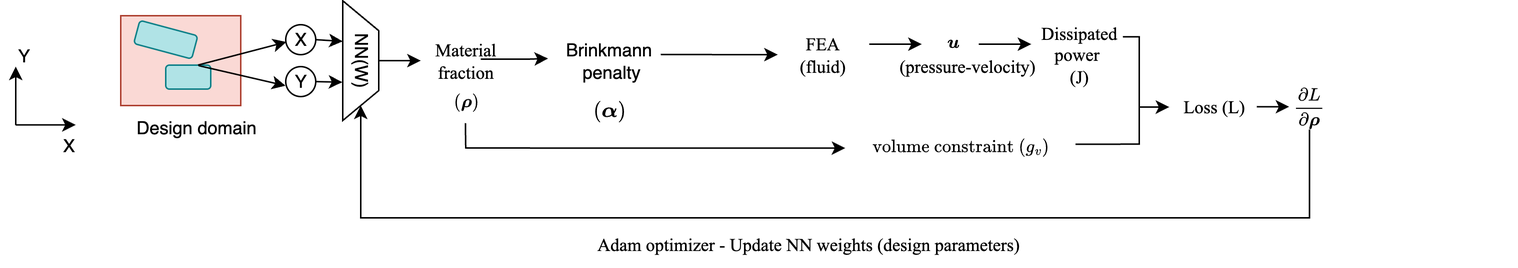
UW-ERSL/TOFLUX keeps this draw.io diagram as toflux/figures/flowchart_tounn.png. Above is the earlier version. Source tidied: cells renumbered, new cells last; positions are measured from the earlier drawing's top-left corner, leaving out a move shared by most shapes.
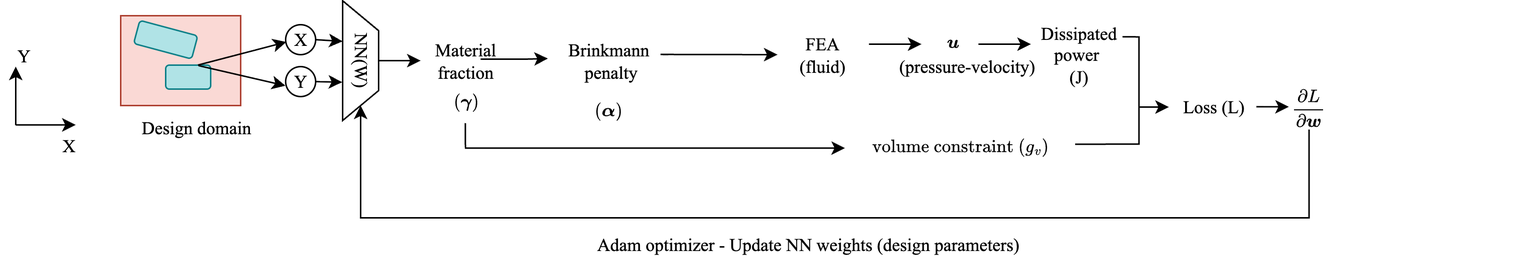
The same file after the commit.

What changed in the source:
```diff
@@ -2,8 +2,11 @@
   <root>
     <mxCell id="0" />
     <mxCell id="1" parent="0" />
+    <mxCell id="43" style="group;fontFamily=Times New Roman;" parent="1" vertex="1">
+      <mxGeometry y="-5" width="1011" height="178" as="geometry" />
+    </mxCell>
-    <mxCell id="2" style="group;fontFamily=Times New Roman;" parent="1" vertex="1">
-      <mxGeometry x="468" width="543" height="156" as="geometry" />
+    <mxCell id="2" style="group;fontFamily=Times New Roman;" parent="43" vertex="1">
+      <mxGeometry x="468" y="5" width="543" height="156" as="geometry" />
     </mxCell>
     <mxCell id="3" value="FEA&lt;div&gt;(fluid)&lt;/div&gt;" style="text;html=1;strokeColor=none;fillColor=none;align=center;verticalAlign=middle;whiteSpace=wrap;rounded=0;fontFamily=Times New Roman;" parent="2" vertex="1">
       <mxGeometry x="50" y="16" width="60" height="30" as="geometry" />
@@ -11,7 +14,7 @@
     <mxCell id="4" value="Dissipated power&amp;nbsp;&lt;div&gt;(J)&lt;/div&gt;" style="text;html=1;strokeColor=none;fillColor=none;align=center;verticalAlign=middle;whiteSpace=wrap;rounded=0;fontFamily=Times New Roman;" parent="2" vertex="1">
       <mxGeometry x="221" y="16" width="60" height="30" as="geometry" />
     </mxCell>
-    <mxCell id="5" value="$$\frac{\partial L}{\partial \boldsymbol{\rho}}$$" style="text;html=1;strokeColor=none;fillColor=none;align=center;verticalAlign=middle;whiteSpace=wrap;rounded=0;fontFamily=Times New Roman;" parent="2" vertex="1">
+    <mxCell id="5" value="$$\frac{\partial L}{\partial \boldsymbol{w}}$$" style="text;html=1;strokeColor=none;fillColor=none;align=center;verticalAlign=middle;whiteSpace=wrap;rounded=0;fontFamily=Times New Roman;" parent="2" vertex="1">
       <mxGeometry x="373" y="51" width="63" height="30" as="geometry" />
     </mxCell>
     <mxCell id="6" value="&amp;nbsp;$$\text{volume constraint&lt;br&gt;}(g_v)$$" style="text;html=1;strokeColor=none;fillColor=none;align=center;verticalAlign=middle;whiteSpace=wrap;rounded=0;fontFamily=Times New Roman;" parent="2" vertex="1">
@@ -39,101 +42,101 @@
         </Array>
       </mxGeometry>
     </mxCell>
-    <mxCell id="11" value="$$ \boldsymbol{u} $$&lt;div&gt;&lt;br&gt;&lt;/div&gt;" style="text;html=1;align=center;verticalAlign=middle;strokeColor=none;fillColor=none;fontFamily=Times New Roman;" parent="1" vertex="1">
-      <mxGeometry x="570" y="9" width="130" height="40" as="geometry" />
+    <mxCell id="11" value="$$ \boldsymbol{u} $$&lt;div&gt;&lt;br&gt;&lt;/div&gt;" style="text;html=1;align=center;verticalAlign=middle;strokeColor=none;fillColor=none;fontFamily=Times New Roman;" parent="43" vertex="1">
+      <mxGeometry x="570" y="14" width="130" height="40" as="geometry" />
     </mxCell>
-    <mxCell id="12" value="Material fraction" style="text;html=1;strokeColor=none;fillColor=none;align=center;verticalAlign=middle;whiteSpace=wrap;rounded=0;fontFamily=Times New Roman;" parent="1" vertex="1">
-      <mxGeometry x="280" y="20" width="60" height="30" as="geometry" />
+    <mxCell id="12" value="Material fraction" style="text;html=1;strokeColor=none;fillColor=none;align=center;verticalAlign=middle;whiteSpace=wrap;rounded=0;fontFamily=Times New Roman;" parent="43" vertex="1">
+      <mxGeometry x="280" y="25" width="60" height="30" as="geometry" />
     </mxCell>
-    <mxCell id="13" style="edgeStyle=orthogonalEdgeStyle;rounded=0;jettySize=auto;html=1;entryX=0;entryY=0.5;entryDx=0;entryDy=0;fontFamily=Times New Roman;exitX=1.001;exitY=0.398;exitDx=0;exitDy=0;exitPerimeter=0;" parent="1" edge="1" source="35" target="3">
+    <mxCell id="13" style="edgeStyle=orthogonalEdgeStyle;rounded=0;jettySize=auto;html=1;entryX=0;entryY=0.5;entryDx=0;entryDy=0;fontFamily=Times New Roman;exitX=1.001;exitY=0.398;exitDx=0;exitDy=0;exitPerimeter=0;" parent="43" edge="1" source="35" target="3">
       <mxGeometry relative="1" as="geometry">
         <Array as="points">
-          <mxPoint x="440" y="31" />
+          <mxPoint x="440" y="36" />
         </Array>
       </mxGeometry>
     </mxCell>
-    <mxCell id="14" style="edgeStyle=orthogonalEdgeStyle;rounded=0;jettySize=auto;html=1;entryX=0;entryY=0.75;entryDx=0;entryDy=0;fontFamily=Times New Roman;exitX=0.499;exitY=0.992;exitDx=0;exitDy=0;exitPerimeter=0;" parent="1" edge="1" source="20">
+    <mxCell id="14" style="edgeStyle=orthogonalEdgeStyle;rounded=0;jettySize=auto;html=1;entryX=0;entryY=0.75;entryDx=0;entryDy=0;fontFamily=Times New Roman;exitX=0.499;exitY=0.992;exitDx=0;exitDy=0;exitPerimeter=0;" parent="43" edge="1" source="20">
       <mxGeometry relative="1" as="geometry">
-        <mxPoint x="563" y="93.4" as="targetPoint" />
+        <mxPoint x="563" y="98.4" as="targetPoint" />
         <Array as="points">
-          <mxPoint x="310" y="90" />
-          <mxPoint x="310" y="90" />
-          <mxPoint x="310" y="93" />
+          <mxPoint x="310" y="95" />
+          <mxPoint x="310" y="95" />
+          <mxPoint x="310" y="98" />
         </Array>
       </mxGeometry>
     </mxCell>
-    <mxCell id="15" value="(pressure-velocity)" style="text;html=1;align=center;verticalAlign=middle;strokeColor=none;fillColor=none;fontFamily=Times New Roman;" parent="1" vertex="1">
-      <mxGeometry x="589" y="24" width="110" height="30" as="geometry" />
+    <mxCell id="15" value="(pressure-velocity)" style="text;html=1;align=center;verticalAlign=middle;strokeColor=none;fillColor=none;fontFamily=Times New Roman;" parent="43" vertex="1">
+      <mxGeometry x="589" y="29" width="110" height="30" as="geometry" />
     </mxCell>
-    <mxCell id="16" style="edgeStyle=orthogonalEdgeStyle;rounded=0;orthogonalLoop=1;jettySize=auto;html=1;fontFamily=Times New Roman;" parent="1" edge="1">
+    <mxCell id="16" style="edgeStyle=orthogonalEdgeStyle;rounded=0;orthogonalLoop=1;jettySize=auto;html=1;fontFamily=Times New Roman;" parent="43" edge="1">
       <mxGeometry relative="1" as="geometry">
-        <mxPoint x="579" y="24" as="sourcePoint" />
-        <mxPoint x="614" y="24" as="targetPoint" />
+        <mxPoint x="579" y="29" as="sourcePoint" />
+        <mxPoint x="614" y="29" as="targetPoint" />
       </mxGeometry>
     </mxCell>
-    <mxCell id="17" style="edgeStyle=orthogonalEdgeStyle;rounded=0;orthogonalLoop=1;jettySize=auto;html=1;fontFamily=Times New Roman;" parent="1" edge="1">
+    <mxCell id="17" style="edgeStyle=orthogonalEdgeStyle;rounded=0;orthogonalLoop=1;jettySize=auto;html=1;fontFamily=Times New Roman;" parent="43" edge="1">
       <mxGeometry relative="1" as="geometry">
-        <mxPoint x="652" y="24" as="sourcePoint" />
-        <mxPoint x="687" y="24" as="targetPoint" />
+        <mxPoint x="652" y="29" as="sourcePoint" />
+        <mxPoint x="687" y="29" as="targetPoint" />
       </mxGeometry>
     </mxCell>
-    <mxCell id="18" value="Adam optimizer - Update NN weights (design parameters)" style="text;html=1;align=center;verticalAlign=middle;strokeColor=none;fillColor=none;fontFamily=Times New Roman;" parent="1" vertex="1">
-      <mxGeometry x="388" y="143" width="300" height="30" as="geometry" />
+    <mxCell id="18" value="Adam optimizer - Update NN weights (design parameters)" style="text;html=1;align=center;verticalAlign=middle;strokeColor=none;fillColor=none;fontFamily=Times New Roman;" parent="43" vertex="1">
+      <mxGeometry x="383" y="148" width="310" height="30" as="geometry" />
     </mxCell>
-    <mxCell id="19" style="edgeStyle=orthogonalEdgeStyle;rounded=0;jettySize=auto;html=1;exitX=0.5;exitY=1;exitDx=0;exitDy=0;fontFamily=Times New Roman;entryX=1;entryY=0.5;entryDx=0;entryDy=0;" parent="1" edge="1" source="5" target="29">
+    <mxCell id="19" style="edgeStyle=orthogonalEdgeStyle;rounded=0;jettySize=auto;html=1;exitX=0.5;exitY=1;exitDx=0;exitDy=0;fontFamily=Times New Roman;entryX=1;entryY=0.5;entryDx=0;entryDy=0;" parent="43" edge="1" source="5" target="29">
       <mxGeometry relative="1" as="geometry">
         <Array as="points">
-          <mxPoint x="873" y="140" />
-          <mxPoint x="240" y="140" />
+          <mxPoint x="873" y="145" />
+          <mxPoint x="240" y="145" />
         </Array>
       </mxGeometry>
     </mxCell>
-    <mxCell id="20" value="$$(\boldsymbol{\rho})$$" style="text;html=1;align=center;verticalAlign=middle;points=[];strokeColor=none;fillColor=none;fontFamily=Times New Roman;" parent="1" vertex="1">
-      <mxGeometry x="235" y="47" width="150" height="30" as="geometry" />
+    <mxCell id="20" value="$$(\boldsymbol{\gamma})$$" style="text;html=1;align=center;verticalAlign=middle;points=[];strokeColor=none;fillColor=none;fontFamily=Times New Roman;" parent="43" vertex="1">
+      <mxGeometry x="225" y="52" width="170" height="30" as="geometry" />
     </mxCell>
-    <mxCell id="21" style="group;" parent="1" vertex="1">
-      <mxGeometry x="80" y="5" width="80" height="60" as="geometry" />
+    <mxCell id="21" style="group;fontFamily=Times New Roman;" parent="43" vertex="1">
+      <mxGeometry x="80" y="10" width="80" height="60" as="geometry" />
     </mxCell>
-    <mxCell id="22" style="whiteSpace=wrap;html=1;fillColor=#fad9d5;strokeColor=#ae4132;" parent="21" vertex="1">
+    <mxCell id="22" style="whiteSpace=wrap;html=1;fillColor=#fad9d5;strokeColor=#ae4132;fontFamily=Times New Roman;" parent="21" vertex="1">
       <mxGeometry width="80" height="60" as="geometry" />
     </mxCell>
-    <mxCell id="23" style="rounded=1;whiteSpace=wrap;html=1;fillColor=#b0e3e6;strokeColor=#0e8088;rotation=15;" parent="21" vertex="1">
+    <mxCell id="23" style="rounded=1;whiteSpace=wrap;html=1;fillColor=#b0e3e6;strokeColor=#0e8088;rotation=15;fontFamily=Times New Roman;" parent="21" vertex="1">
       <mxGeometry x="10" y="8" width="40" height="16" as="geometry" />
     </mxCell>
-    <mxCell id="24" style="rounded=1;whiteSpace=wrap;html=1;fillColor=#b0e3e6;strokeColor=#0e8088;" parent="21" vertex="1">
+    <mxCell id="24" style="rounded=1;whiteSpace=wrap;html=1;fillColor=#b0e3e6;strokeColor=#0e8088;fontFamily=Times New Roman;" parent="21" vertex="1">
       <mxGeometry x="30" y="33" width="30" height="16" as="geometry" />
     </mxCell>
-    <mxCell id="25" value="X" style="ellipse;whiteSpace=wrap;html=1;" parent="1" vertex="1">
-      <mxGeometry x="190" y="11" width="20" height="20" as="geometry" />
+    <mxCell id="25" value="X" style="ellipse;whiteSpace=wrap;html=1;fontFamily=Times New Roman;" parent="43" vertex="1">
+      <mxGeometry x="190" y="16" width="20" height="20" as="geometry" />
     </mxCell>
-    <mxCell id="26" value="Y" style="ellipse;whiteSpace=wrap;html=1;" parent="1" vertex="1">
-      <mxGeometry x="190" y="39" width="20" height="20" as="geometry" />
+    <mxCell id="26" value="Y" style="ellipse;whiteSpace=wrap;html=1;fontFamily=Times New Roman;" parent="43" vertex="1">
+      <mxGeometry x="190" y="44" width="20" height="20" as="geometry" />
     </mxCell>
-    <mxCell id="27" style="endArrow=classic;html=1;rounded=0;exitX=0.718;exitY=-0.004;exitDx=0;exitDy=0;exitPerimeter=0;entryX=0.023;entryY=0.577;entryDx=0;entryDy=0;entryPerimeter=0;" parent="1" edge="1" source="24" target="25">
+    <mxCell id="27" style="endArrow=classic;html=1;rounded=0;exitX=0.718;exitY=-0.004;exitDx=0;exitDy=0;exitPerimeter=0;entryX=0.023;entryY=0.577;entryDx=0;entryDy=0;entryPerimeter=0;fontFamily=Times New Roman;" parent="43" edge="1" source="24" target="25">
       <mxGeometry relative="1" as="geometry" />
     </mxCell>
-    <mxCell id="28" style="endArrow=classic;html=1;rounded=0;exitX=0.731;exitY=0.021;exitDx=0;exitDy=0;exitPerimeter=0;entryX=-0.007;entryY=0.637;entryDx=0;entryDy=0;entryPerimeter=0;" parent="1" edge="1" source="24" target="26">
+    <mxCell id="28" style="endArrow=classic;html=1;rounded=0;exitX=0.731;exitY=0.021;exitDx=0;exitDy=0;exitPerimeter=0;entryX=-0.007;entryY=0.637;entryDx=0;entryDy=0;entryPerimeter=0;fontFamily=Times New Roman;" parent="43" edge="1" source="24" target="26">
       <mxGeometry relative="1" as="geometry" />
     </mxCell>
-    <mxCell id="29" value="NN(W)" style="shape=trapezoid;perimeter=trapezoidPerimeter;whiteSpace=wrap;html=1;fixedSize=1;rotation=90;" parent="1" vertex="1">
-      <mxGeometry x="200" y="23" width="80" height="24" as="geometry" />
+    <mxCell id="29" value="NN(W)" style="shape=trapezoid;perimeter=trapezoidPerimeter;whiteSpace=wrap;html=1;fixedSize=1;rotation=90;fontFamily=Times New Roman;" parent="43" vertex="1">
+      <mxGeometry x="200" y="28" width="80" height="24" as="geometry" />
     </mxCell>
-    <mxCell id="30" style="endArrow=classic;html=1;rounded=0;exitX=1;exitY=0.5;exitDx=0;exitDy=0;entryX=0.339;entryY=1.002;entryDx=0;entryDy=0;entryPerimeter=0;" parent="1" edge="1" source="25" target="29">
+    <mxCell id="30" style="endArrow=classic;html=1;rounded=0;exitX=1;exitY=0.5;exitDx=0;exitDy=0;entryX=0.339;entryY=1.002;entryDx=0;entryDy=0;entryPerimeter=0;fontFamily=Times New Roman;" parent="43" edge="1" source="25" target="29">
       <mxGeometry relative="1" as="geometry" />
     </mxCell>
-    <mxCell id="31" style="endArrow=classic;html=1;rounded=0;exitX=1;exitY=0.5;exitDx=0;exitDy=0;entryX=0.68;entryY=1.013;entryDx=0;entryDy=0;entryPerimeter=0;" parent="1" edge="1" source="26" target="29">
+    <mxCell id="31" style="endArrow=classic;html=1;rounded=0;exitX=1;exitY=0.5;exitDx=0;exitDy=0;entryX=0.68;entryY=1.013;entryDx=0;entryDy=0;entryPerimeter=0;fontFamily=Times New Roman;" parent="43" edge="1" source="26" target="29">
       <mxGeometry relative="1" as="geometry" />
     </mxCell>
-    <mxCell id="32" style="endArrow=classic;html=1;rounded=0;exitX=0.5;exitY=0;exitDx=0;exitDy=0;entryX=0;entryY=0.5;entryDx=0;entryDy=0;" parent="1" edge="1" source="29" target="12">
+    <mxCell id="32" style="endArrow=classic;html=1;rounded=0;exitX=0.5;exitY=0;exitDx=0;exitDy=0;entryX=0;entryY=0.5;entryDx=0;entryDy=0;fontFamily=Times New Roman;" parent="43" edge="1" source="29" target="12">
       <mxGeometry relative="1" as="geometry" />
     </mxCell>
-    <mxCell id="33" style="group;" parent="1" vertex="1">
-      <mxGeometry x="325" y="15" width="160" height="68" as="geometry" />
+    <mxCell id="33" style="group;fontFamily=Times New Roman;" parent="43" vertex="1">
+      <mxGeometry x="325" y="20" width="160" height="68" as="geometry" />
     </mxCell>
-    <mxCell id="34" value="$$(\boldsymbol{\alpha})$$" style="text;html=1;align=center;verticalAlign=middle;strokeColor=none;fillColor=none;" parent="33" vertex="1">
+    <mxCell id="34" value="$$(\boldsymbol{\alpha})$$" style="text;html=1;align=center;verticalAlign=middle;strokeColor=none;fillColor=none;fontFamily=Times New Roman;" parent="33" vertex="1">
       <mxGeometry y="38" width="160" height="30" as="geometry" />
     </mxCell>
-    <mxCell id="35" value="Brinkmann&lt;div&gt;&amp;nbsp;penalty&lt;/div&gt;" style="text;html=1;align=center;verticalAlign=middle;points=[];strokeColor=none;fillColor=none;" parent="33" vertex="1">
+    <mxCell id="35" value="Brinkmann&lt;div&gt;&amp;nbsp;penalty&lt;/div&gt;" style="text;html=1;align=center;verticalAlign=middle;points=[];strokeColor=none;fillColor=none;fontFamily=Times New Roman;" parent="33" vertex="1">
       <mxGeometry x="40" width="80" height="40" as="geometry" />
     </mxCell>
     <mxCell id="36" style="edgeStyle=orthogonalEdgeStyle;rounded=0;jettySize=auto;html=1;fontFamily=Times New Roman;entryX=-0.002;entryY=0.465;entryDx=0;entryDy=0;entryPerimeter=0;" parent="33" edge="1" target="35">
@@ -145,28 +148,28 @@
         </Array>
       </mxGeometry>
     </mxCell>
-    <mxCell id="37" value="Design domain" style="text;html=1;align=center;verticalAlign=middle;strokeColor=none;fillColor=none;" parent="1" vertex="1">
-      <mxGeometry x="80" y="65" width="100" height="30" as="geometry" />
+    <mxCell id="37" value="Design domain" style="text;html=1;align=center;verticalAlign=middle;strokeColor=none;fillColor=none;fontFamily=Times New Roman;" parent="43" vertex="1">
+      <mxGeometry x="80" y="70" width="100" height="30" as="geometry" />
     </mxCell>
-    <mxCell id="38" style="group;" parent="1" vertex="1">
-      <mxGeometry y="17" width="60" height="90" as="geometry" />
+    <mxCell id="38" style="group;fontFamily=Times New Roman;" parent="43" vertex="1">
+      <mxGeometry y="22" width="60" height="90" as="geometry" />
     </mxCell>
-    <mxCell id="39" style="endArrow=classic;html=1;rounded=0;" parent="38" edge="1">
+    <mxCell id="39" style="endArrow=classic;html=1;rounded=0;fontFamily=Times New Roman;" parent="38" edge="1">
       <mxGeometry relative="1" as="geometry">
         <mxPoint x="10" y="61" as="sourcePoint" />
         <mxPoint x="10" y="22" as="targetPoint" />
       </mxGeometry>
     </mxCell>
-    <mxCell id="40" style="endArrow=classic;html=1;rounded=0;" parent="38" edge="1">
+    <mxCell id="40" style="endArrow=classic;html=1;rounded=0;fontFamily=Times New Roman;" parent="38" edge="1">
       <mxGeometry relative="1" as="geometry">
         <mxPoint x="10" y="60.9" as="sourcePoint" />
         <mxPoint x="50" y="60.9" as="targetPoint" />
       </mxGeometry>
     </mxCell>
-    <mxCell id="41" value="X" style="text;html=1;align=center;verticalAlign=middle;strokeColor=none;fillColor=none;" parent="38" vertex="1">
+    <mxCell id="41" value="X" style="text;html=1;align=center;verticalAlign=middle;strokeColor=none;fillColor=none;fontFamily=Times New Roman;" parent="38" vertex="1">
       <mxGeometry x="30" y="60" width="30" height="30" as="geometry" />
     </mxCell>
-    <mxCell id="42" value="Y" style="text;html=1;align=center;verticalAlign=middle;strokeColor=none;fillColor=none;" parent="38" vertex="1">
+    <mxCell id="42" value="Y" style="text;html=1;align=center;verticalAlign=middle;strokeColor=none;fillColor=none;fontFamily=Times New Roman;" parent="38" vertex="1">
       <mxGeometry width="30" height="30" as="geometry" />
     </mxCell>
   </root>
```
